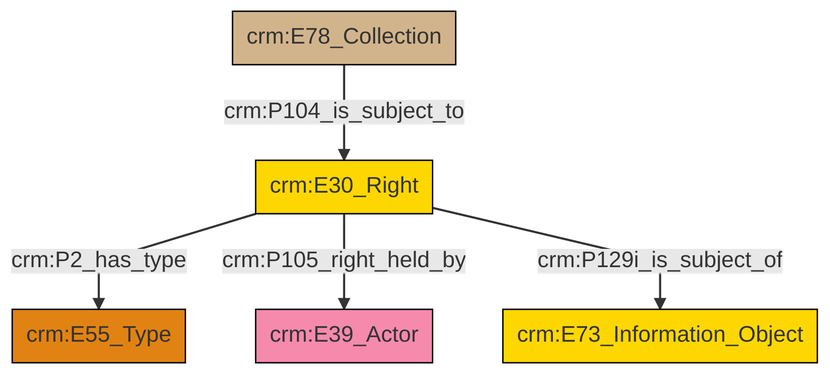
swiss-art-research-net/docs.swissartresearch keeps this Mermaid diagram as et/archivalCSV/ttl/mmd/png/archival_rights.png. Above is the earlier version. Its source is kept beside it as et/archivalCSV/ttl/mmd/archival_rights.ttl.mmd.
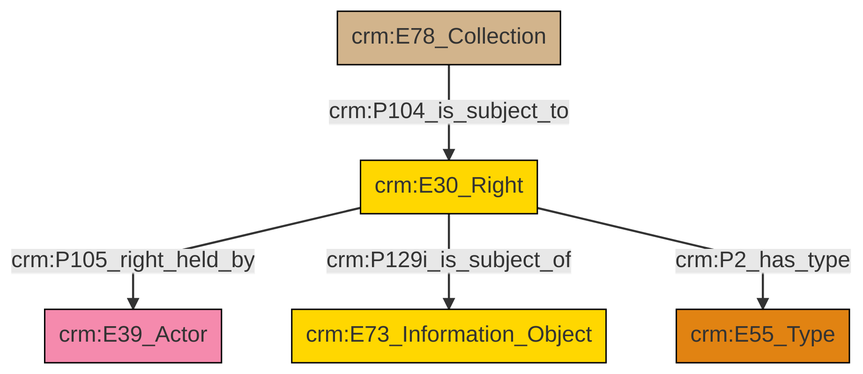
Later version of the same file.

The edit, as a diff of the source:
```diff
@@ -13,7 +13,7 @@
 classDef PC_Classes fill:#4ce600, stroke:#000000;
 classDef Multi fill:#cccccc,stroke:#000000;
 
+2["crm:E30_Right"]:::Conceptual_Object -->|crm:P105_right_held_by| 4["crm:E39_Actor"]:::Actor
+2["crm:E30_Right"]:::Conceptual_Object -->|crm:P129i_is_subject_of| 5["crm:E73_Information_Object"]:::Conceptual_Object
+7["crm:E78_Collection"]:::Physical_Thing -->|crm:P104_is_subject_to| 2["crm:E30_Right"]:::Conceptual_Object
 2["crm:E30_Right"]:::Conceptual_Object -->|crm:P2_has_type| 0["crm:E55_Type"]:::Type
-2["crm:E30_Right"]:::Conceptual_Object -->|crm:P105_right_held_by| 8["crm:E39_Actor"]:::Actor
-6["crm:E78_Collection"]:::Physical_Thing -->|crm:P104_is_subject_to| 2["crm:E30_Right"]:::Conceptual_Object
-2["crm:E30_Right"]:::Conceptual_Object -->|crm:P129i_is_subject_of| 4["crm:E73_Information_Object"]:::Conceptual_Object
```
